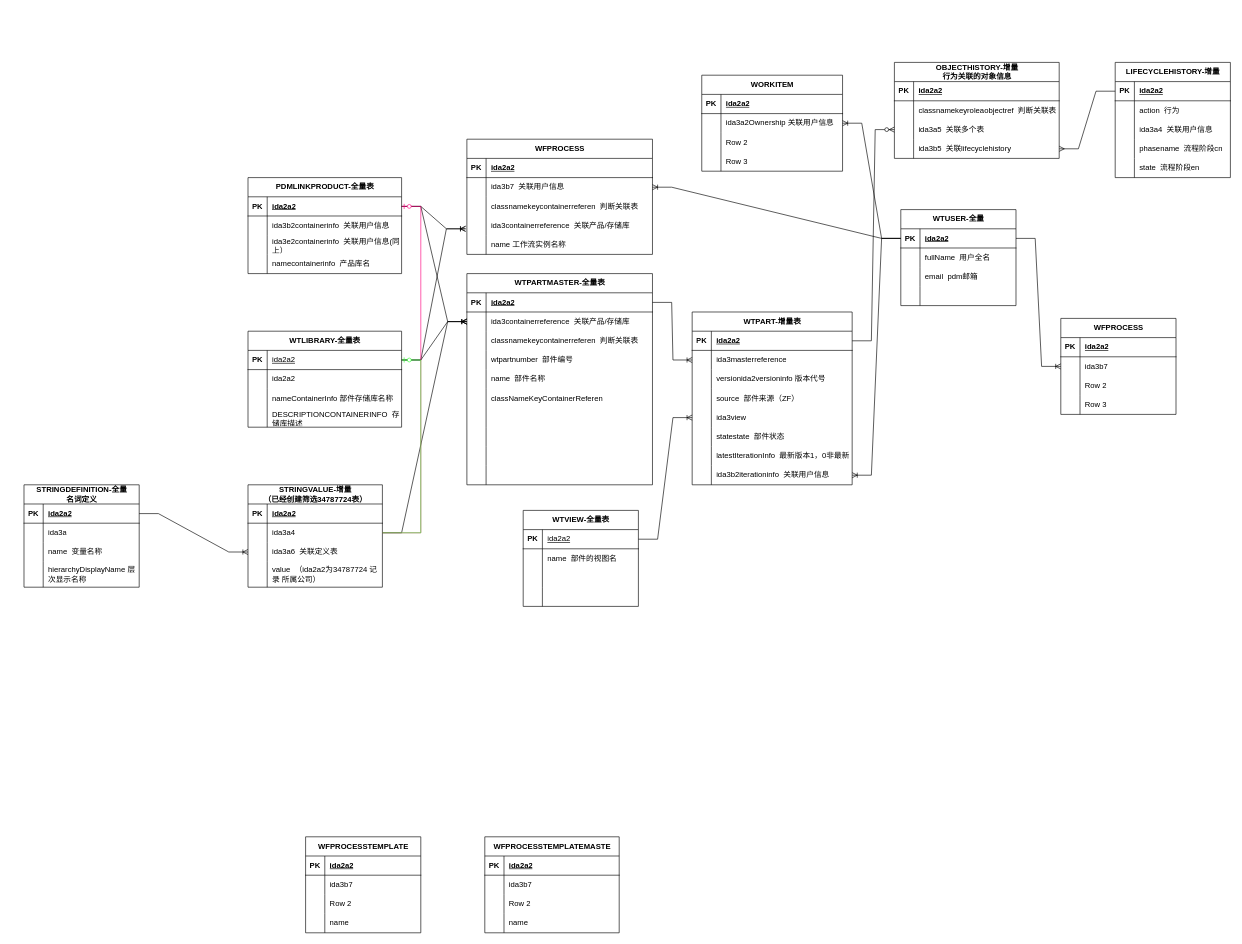
Above: pdm数据结构.drawio in fxfng/hello-world (draw.io), before the change. Source tidied: cells renumbered, new cells numbered last; positions are measured from the earlier drawing's top-left corner, leaving out a move shared by most shapes. Both pictures are drawn from the tidied source at 64%, with x=0, y=0 at pixel (24, 62).
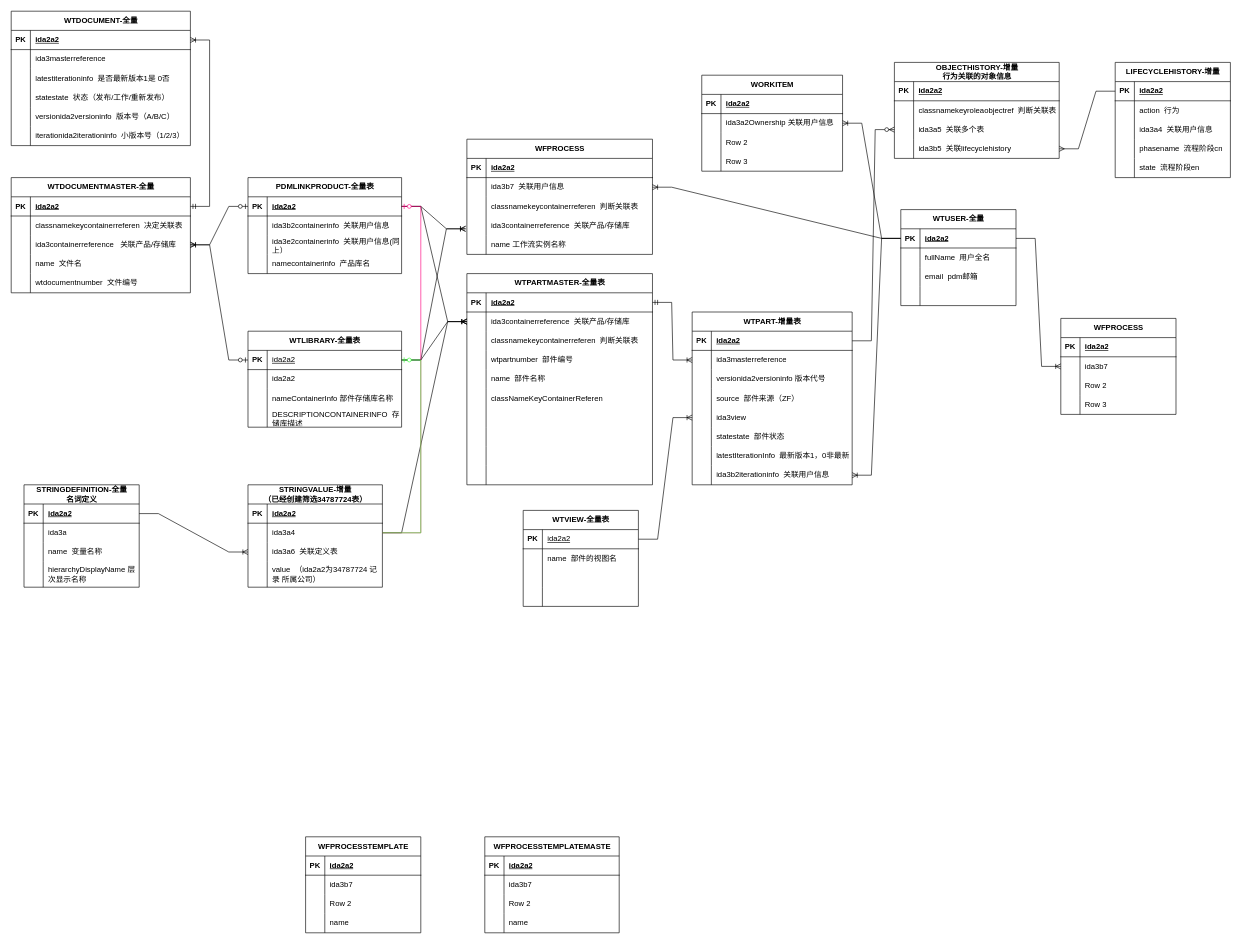
The same diagram, later.

Commit message:
更新pdm数据结构.drawio

The change refers to these unchanged cells:
```xml
<mxCell id="6" style="shape=tableRow;horizontal=0;startSize=0;swimlaneHead=0;swimlaneBody=0;fillColor=none;points=[[0,0.5],[1,0.5]];portConstraint=eastwest;top=0;left=0;right=0;bottom=0;" parent="2" vertex="1">
  <mxGeometry y="60" width="250" height="30" as="geometry" />
</mxCell>
<mxCell id="41" style="shape=tableRow;horizontal=0;startSize=0;swimlaneHead=0;swimlaneBody=0;fillColor=none;points=[[0,0.5],[1,0.5]];portConstraint=eastwest;top=0;left=0;right=0;bottom=1;" parent="40" vertex="1">
  <mxGeometry y="30" width="290" height="30" as="geometry" />
</mxCell>
<mxCell id="85" style="shape=tableRow;horizontal=0;startSize=0;swimlaneHead=0;swimlaneBody=0;fillColor=none;points=[[0,0.5],[1,0.5]];portConstraint=eastwest;top=0;left=0;right=0;bottom=1;" parent="84" vertex="1">
  <mxGeometry y="30" width="240" height="30" as="geometry" />
</mxCell>
<mxCell id="140" style="shape=tableRow;horizontal=0;startSize=0;swimlaneHead=0;swimlaneBody=0;fillColor=none;points=[[0,0.5],[1,0.5]];portConstraint=eastwest;top=0;left=0;right=0;bottom=1;" parent="139" vertex="1">
  <mxGeometry y="30" width="240" height="30" as="geometry" />
</mxCell>
```

What changed in the source:
```diff
@@
-    <mxCell id="152" style="edgeStyle=entityRelationEdgeStyle;fontSize=12;html=1;endArrow=ERoneToMany;rounded=0;entryX=0;entryY=0.5;entryDx=0;entryDy=0;exitX=1;exitY=0.5;exitDx=0;exitDy=0;" parent="1" edge="1" source="41" target="6">
-      <mxGeometry relative="1" as="geometry">
-        <Array as="points">
-          <mxPoint x="974" y="550" />
-        </Array>
-      </mxGeometry>
-    </mxCell>
@@
+    <mxCell id="249" value="WTDOCUMENT-全量" style="shape=table;startSize=30;childLayout=tableLayout;rowLines=0;fontStyle=1;align=center;html=1;" parent="1" vertex="1">
+      <mxGeometry x="-20" y="-80" width="280" height="210" as="geometry" />
+    </mxCell>
+    <mxCell id="250" style="shape=tableRow;horizontal=0;startSize=0;swimlaneHead=0;swimlaneBody=0;fillColor=none;points=[[0,0.5],[1,0.5]];portConstraint=eastwest;top=0;left=0;right=0;bottom=1;" parent="249" vertex="1">
+      <mxGeometry y="30" width="280" height="30" as="geometry" />
+    </mxCell>
+    <mxCell id="251" value="PK" style="shape=partialRectangle;fillColor=none;top=0;left=0;bottom=0;right=0;fontStyle=1;overflow=hidden;whiteSpace=wrap;html=1;" parent="250" vertex="1">
+      <mxGeometry width="30" height="30" as="geometry" />
+    </mxCell>
+    <mxCell id="252" value="ida2a2" style="shape=partialRectangle;fillColor=none;top=0;left=0;bottom=0;right=0;align=left;spacingLeft=6;fontStyle=5;overflow=hidden;whiteSpace=wrap;html=1;" parent="250" vertex="1">
+      <mxGeometry x="30" width="250" height="30" as="geometry" />
+    </mxCell>
+    <mxCell id="253" style="shape=tableRow;horizontal=0;startSize=0;swimlaneHead=0;swimlaneBody=0;fillColor=none;top=0;left=0;right=0;bottom=0;" parent="249" vertex="1">
+      <mxGeometry y="60" width="280" height="30" as="geometry" />
+    </mxCell>
+    <mxCell id="254" style="shape=partialRectangle;fillColor=none;top=0;left=0;bottom=0;right=0;overflow=hidden;whiteSpace=wrap;html=1;" parent="253" vertex="1">
+      <mxGeometry width="30" height="30" as="geometry" />
+    </mxCell>
+    <mxCell id="255" value="ida3masterreference" style="shape=partialRectangle;fillColor=none;top=0;left=0;bottom=0;right=0;align=left;spacingLeft=6;overflow=hidden;whiteSpace=wrap;html=1;" parent="253" vertex="1">
+      <mxGeometry x="30" width="250" height="30" as="geometry" />
+    </mxCell>
+    <mxCell id="256" style="shape=tableRow;horizontal=0;startSize=0;swimlaneHead=0;swimlaneBody=0;fillColor=none;top=0;left=0;right=0;bottom=0;" parent="249" vertex="1">
+      <mxGeometry y="90" width="280" height="30" as="geometry" />
+    </mxCell>
+    <mxCell id="257" style="shape=partialRectangle;fillColor=none;top=0;left=0;bottom=0;right=0;overflow=hidden;whiteSpace=wrap;html=1;" parent="256" vertex="1">
+      <mxGeometry width="30" height="30" as="geometry" />
+    </mxCell>
+    <mxCell id="258" value="latestiterationinfo&amp;nbsp; 是否最新版本1是 0否" style="shape=partialRectangle;fillColor=none;top=0;left=0;bottom=0;right=0;align=left;spacingLeft=6;overflow=hidden;whiteSpace=wrap;html=1;" parent="256" vertex="1">
+      <mxGeometry x="30" width="250" height="30" as="geometry" />
+    </mxCell>
+    <mxCell id="259" style="shape=tableRow;horizontal=0;startSize=0;swimlaneHead=0;swimlaneBody=0;fillColor=none;top=0;left=0;right=0;bottom=0;" parent="249" vertex="1">
+      <mxGeometry y="120" width="280" height="30" as="geometry" />
+    </mxCell>
+    <mxCell id="260" style="shape=partialRectangle;fillColor=none;top=0;left=0;bottom=0;right=0;overflow=hidden;whiteSpace=wrap;html=1;" parent="259" vertex="1">
+      <mxGeometry width="30" height="30" as="geometry" />
+    </mxCell>
+    <mxCell id="261" value="statestate&amp;nbsp; 状态（发布/工作/重新发布）" style="shape=partialRectangle;fillColor=none;top=0;left=0;bottom=0;right=0;align=left;spacingLeft=6;overflow=hidden;whiteSpace=wrap;html=1;" parent="259" vertex="1">
+      <mxGeometry x="30" width="250" height="30" as="geometry" />
+    </mxCell>
+    <mxCell id="262" style="shape=tableRow;horizontal=0;startSize=0;swimlaneHead=0;swimlaneBody=0;fillColor=none;top=0;left=0;right=0;bottom=0;" parent="249" vertex="1">
+      <mxGeometry y="150" width="280" height="30" as="geometry" />
+    </mxCell>
+    <mxCell id="263" style="shape=partialRectangle;fillColor=none;top=0;left=0;bottom=0;right=0;overflow=hidden;whiteSpace=wrap;html=1;" parent="262" vertex="1">
+      <mxGeometry width="30" height="30" as="geometry" />
+    </mxCell>
+    <mxCell id="264" value="versionida2versioninfo&amp;nbsp; 版本号（A/B/C）" style="shape=partialRectangle;fillColor=none;top=0;left=0;bottom=0;right=0;align=left;spacingLeft=6;overflow=hidden;whiteSpace=wrap;html=1;" parent="262" vertex="1">
+      <mxGeometry x="30" width="250" height="30" as="geometry" />
+    </mxCell>
+    <mxCell id="265" style="shape=tableRow;horizontal=0;startSize=0;swimlaneHead=0;swimlaneBody=0;fillColor=none;top=0;left=0;right=0;bottom=0;" parent="249" vertex="1">
+      <mxGeometry y="180" width="280" height="30" as="geometry" />
+    </mxCell>
+    <mxCell id="266" style="shape=partialRectangle;fillColor=none;top=0;left=0;bottom=0;right=0;overflow=hidden;whiteSpace=wrap;html=1;" parent="265" vertex="1">
+      <mxGeometry width="30" height="30" as="geometry" />
+    </mxCell>
+    <mxCell id="267" value="iterationida2iterationinfo&amp;nbsp; 小版本号（1/2/3）" style="shape=partialRectangle;fillColor=none;top=0;left=0;bottom=0;right=0;align=left;spacingLeft=6;overflow=hidden;whiteSpace=wrap;html=1;" parent="265" vertex="1">
+      <mxGeometry x="30" width="250" height="30" as="geometry" />
+    </mxCell>
+    <mxCell id="268" value="WTDOCUMENTMASTER-全量" style="shape=table;startSize=30;childLayout=tableLayout;rowLines=0;fontStyle=1;align=center;html=1;" parent="1" vertex="1">
+      <mxGeometry x="-20" y="180" width="280" height="180" as="geometry" />
+    </mxCell>
+    <mxCell id="269" style="shape=tableRow;horizontal=0;startSize=0;swimlaneHead=0;swimlaneBody=0;fillColor=none;points=[[0,0.5],[1,0.5]];portConstraint=eastwest;top=0;left=0;right=0;bottom=1;" parent="268" vertex="1">
+      <mxGeometry y="30" width="280" height="30" as="geometry" />
+    </mxCell>
+    <mxCell id="270" value="PK" style="shape=partialRectangle;fillColor=none;top=0;left=0;bottom=0;right=0;fontStyle=1;overflow=hidden;whiteSpace=wrap;html=1;" parent="269" vertex="1">
+      <mxGeometry width="30" height="30" as="geometry" />
+    </mxCell>
+    <mxCell id="271" value="ida2a2" style="shape=partialRectangle;fillColor=none;top=0;left=0;bottom=0;right=0;align=left;spacingLeft=6;fontStyle=5;overflow=hidden;whiteSpace=wrap;html=1;" parent="269" vertex="1">
+      <mxGeometry x="30" width="250" height="30" as="geometry" />
+    </mxCell>
+    <mxCell id="272" style="shape=tableRow;horizontal=0;startSize=0;swimlaneHead=0;swimlaneBody=0;fillColor=none;top=0;left=0;right=0;bottom=0;" parent="268" vertex="1">
+      <mxGeometry y="60" width="280" height="30" as="geometry" />
+    </mxCell>
+    <mxCell id="273" style="shape=partialRectangle;fillColor=none;top=0;left=0;bottom=0;right=0;overflow=hidden;whiteSpace=wrap;html=1;" parent="272" vertex="1">
+      <mxGeometry width="30" height="30" as="geometry" />
+    </mxCell>
+    <mxCell id="274" value="classnamekeycontainerreferen&amp;nbsp; 决定关联表" style="shape=partialRectangle;fillColor=none;top=0;left=0;bottom=0;right=0;align=left;spacingLeft=6;overflow=hidden;whiteSpace=wrap;html=1;" parent="272" vertex="1">
+      <mxGeometry x="30" width="250" height="30" as="geometry" />
+    </mxCell>
+    <mxCell id="275" style="shape=tableRow;horizontal=0;startSize=0;swimlaneHead=0;swimlaneBody=0;fillColor=none;points=[[0,0.5],[1,0.5]];portConstraint=eastwest;top=0;left=0;right=0;bottom=0;" parent="268" vertex="1">
+      <mxGeometry y="90" width="280" height="30" as="geometry" />
+    </mxCell>
+    <mxCell id="276" style="shape=partialRectangle;fillColor=none;top=0;left=0;bottom=0;right=0;overflow=hidden;whiteSpace=wrap;html=1;" parent="275" vertex="1">
+      <mxGeometry width="30" height="30" as="geometry" />
+    </mxCell>
+    <mxCell id="277" value="ida3containerreference&amp;nbsp; &amp;nbsp;关联产品/存储库" style="shape=partialRectangle;fillColor=none;top=0;left=0;bottom=0;right=0;align=left;spacingLeft=6;overflow=hidden;whiteSpace=wrap;html=1;" parent="275" vertex="1">
+      <mxGeometry x="30" width="250" height="30" as="geometry" />
+    </mxCell>
+    <mxCell id="278" style="shape=tableRow;horizontal=0;startSize=0;swimlaneHead=0;swimlaneBody=0;fillColor=none;top=0;left=0;right=0;bottom=0;" parent="268" vertex="1">
+      <mxGeometry y="120" width="280" height="30" as="geometry" />
+    </mxCell>
+    <mxCell id="279" style="shape=partialRectangle;fillColor=none;top=0;left=0;bottom=0;right=0;overflow=hidden;whiteSpace=wrap;html=1;" parent="278" vertex="1">
+      <mxGeometry width="30" height="30" as="geometry" />
+    </mxCell>
+    <mxCell id="280" value="name&amp;nbsp; 文件名" style="shape=partialRectangle;fillColor=none;top=0;left=0;bottom=0;right=0;align=left;spacingLeft=6;overflow=hidden;whiteSpace=wrap;html=1;" parent="278" vertex="1">
+      <mxGeometry x="30" width="250" height="30" as="geometry" />
+    </mxCell>
+    <mxCell id="281" style="shape=tableRow;horizontal=0;startSize=0;swimlaneHead=0;swimlaneBody=0;fillColor=none;top=0;left=0;right=0;bottom=0;" parent="268" vertex="1">
+      <mxGeometry y="150" width="280" height="30" as="geometry" />
+    </mxCell>
+    <mxCell id="282" style="shape=partialRectangle;fillColor=none;top=0;left=0;bottom=0;right=0;overflow=hidden;whiteSpace=wrap;html=1;" parent="281" vertex="1">
+      <mxGeometry width="30" height="30" as="geometry" />
+    </mxCell>
+    <mxCell id="283" value="wtdocumentnumber&amp;nbsp; 文件编号" style="shape=partialRectangle;fillColor=none;top=0;left=0;bottom=0;right=0;align=left;spacingLeft=6;overflow=hidden;whiteSpace=wrap;html=1;" parent="281" vertex="1">
+      <mxGeometry x="30" width="250" height="30" as="geometry" />
+    </mxCell>
+    <mxCell id="284" style="edgeStyle=entityRelationEdgeStyle;fontSize=12;html=1;endArrow=ERoneToMany;startArrow=ERzeroToOne;rounded=0;" parent="1" edge="1" source="140" target="275">
+      <mxGeometry relative="1" as="geometry" />
+    </mxCell>
+    <mxCell id="285" style="edgeStyle=entityRelationEdgeStyle;fontSize=12;html=1;endArrow=ERoneToMany;startArrow=ERzeroToOne;rounded=0;" parent="1" edge="1" source="85" target="275">
+      <mxGeometry relative="1" as="geometry" />
+    </mxCell>
+    <mxCell id="286" style="edgeStyle=entityRelationEdgeStyle;fontSize=12;html=1;endArrow=ERoneToMany;startArrow=ERmandOne;rounded=0;" parent="1" edge="1" source="269" target="250">
+      <mxGeometry relative="1" as="geometry" />
+    </mxCell>
+    <mxCell id="152" style="edgeStyle=entityRelationEdgeStyle;fontSize=12;html=1;endArrow=ERoneToMany;startArrow=ERmandOne;rounded=0;exitX=1;exitY=0.5;exitDx=0;exitDy=0;" parent="1" edge="1" source="41" target="6">
+      <mxGeometry relative="1" as="geometry" />
+    </mxCell>
```
